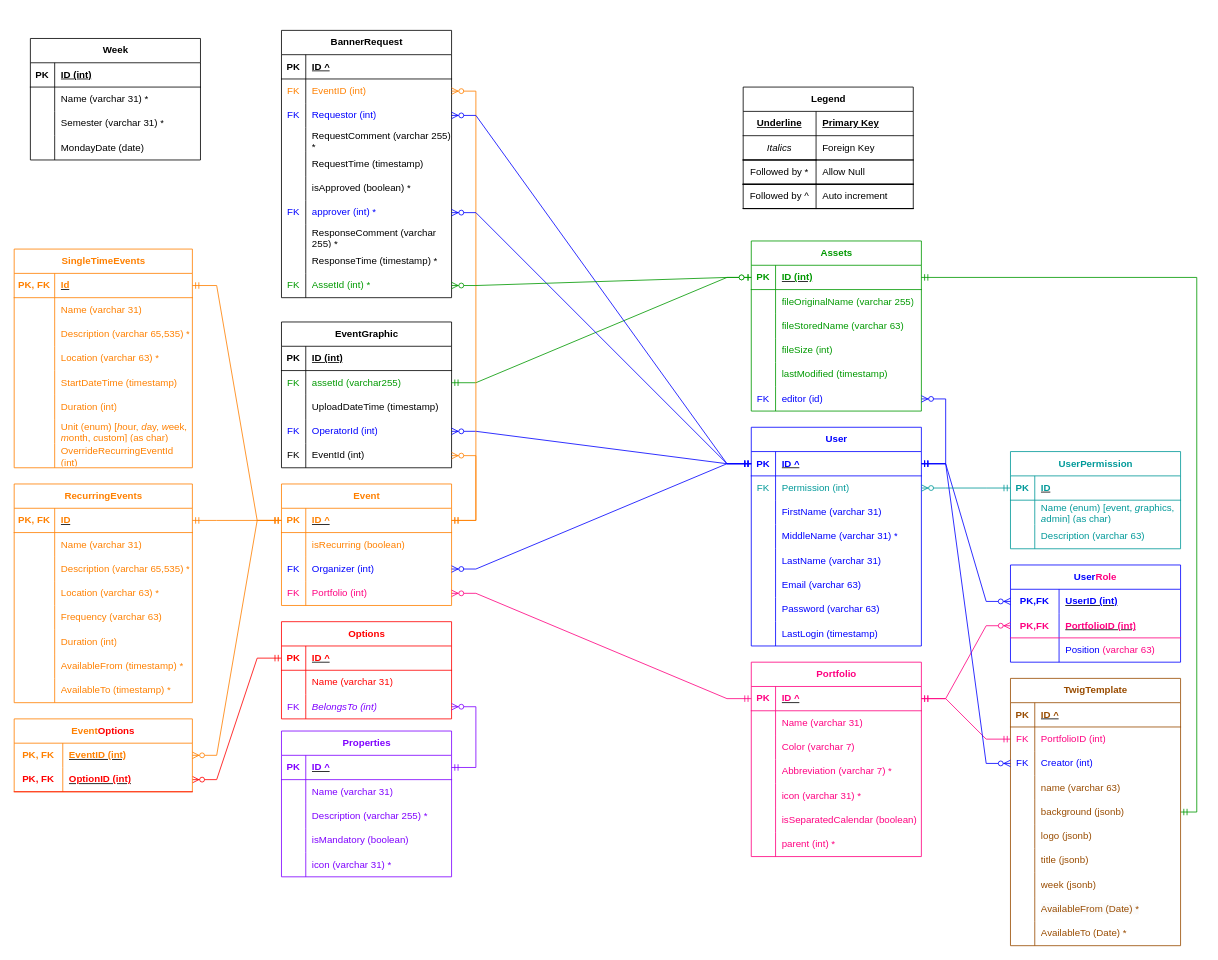
Above: design/eTWIG.ER.drawio in stewebb/eTWIG (draw.io), before the change. Source tidied: cells renumbered, new cells numbered last; positions are measured from the earlier drawing's top-left corner, leaving out a move shared by most shapes. Both pictures are drawn from the tidied source at 81%, with x=0, y=0 at pixel (14, 30).
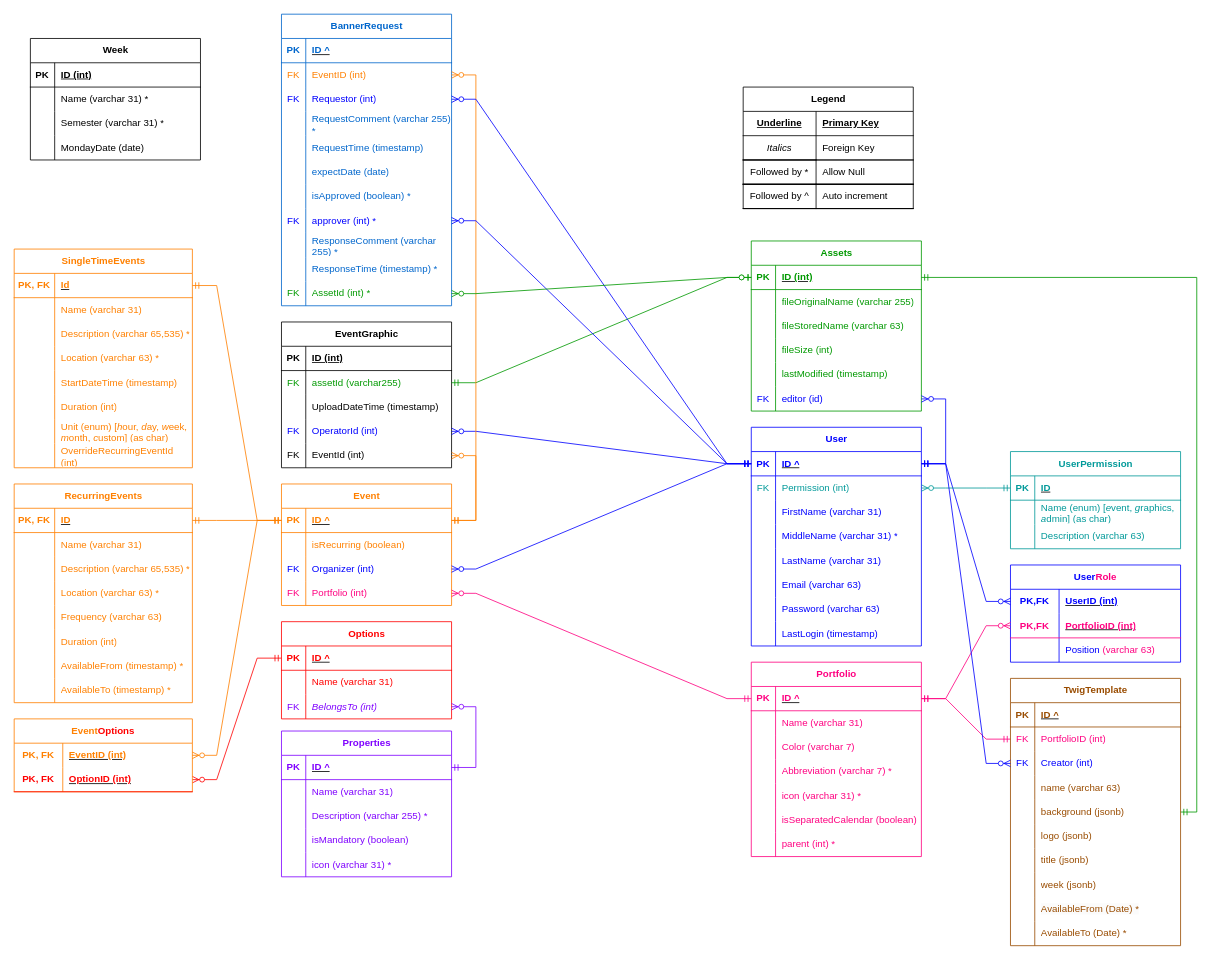
Above is the later version.

The change refers to these unchanged cells:
```xml
<mxCell id="284" style="shape=tableRow;horizontal=0;startSize=0;swimlaneHead=0;swimlaneBody=0;fillColor=none;top=0;left=0;right=0;bottom=0;" parent="274" vertex="1">
  <mxGeometry y="120" width="210" height="30" as="geometry" />
</mxCell>
<mxCell id="287" style="shape=tableRow;horizontal=0;startSize=0;swimlaneHead=0;swimlaneBody=0;fillColor=none;top=0;left=0;right=0;bottom=0;" parent="274" vertex="1">
  <mxGeometry y="150" width="210" height="30" as="geometry" />
</mxCell>
```

Change to the diagram source:
```diff
@@
-    <mxCell id="274" value="BannerRequest" style="shape=table;startSize=30;childLayout=tableLayout;rowLines=0;fontStyle=1;align=center;html=1;" parent="1" vertex="1">
-      <mxGeometry x="330" width="210" height="330" as="geometry" />
+    <mxCell id="274" value="&lt;font color=&quot;#0066cc&quot;&gt;BannerRequest&lt;/font&gt;" style="shape=table;startSize=30;childLayout=tableLayout;rowLines=0;fontStyle=1;align=center;html=1;strokeColor=#0066CC;" parent="1" vertex="1">
+      <mxGeometry x="330" y="-20" width="210" height="360" as="geometry" />
     </mxCell>
-    <mxCell id="275" style="shape=tableRow;horizontal=0;startSize=0;swimlaneHead=0;swimlaneBody=0;fillColor=none;top=0;left=0;right=0;bottom=1;" parent="274" vertex="1">
+    <mxCell id="275" style="shape=tableRow;horizontal=0;startSize=0;swimlaneHead=0;swimlaneBody=0;fillColor=none;top=0;left=0;right=0;bottom=1;strokeColor=#0066CC;" parent="274" vertex="1">
       <mxGeometry y="30" width="210" height="30" as="geometry" />
     </mxCell>
-    <mxCell id="276" value="PK" style="shape=partialRectangle;fillColor=none;top=0;left=0;bottom=0;right=0;fontStyle=1;overflow=hidden;whiteSpace=wrap;html=1;" parent="275" vertex="1">
+    <mxCell id="276" value="&lt;font color=&quot;#0066cc&quot;&gt;PK&lt;/font&gt;" style="shape=partialRectangle;fillColor=none;top=0;left=0;bottom=0;right=0;fontStyle=1;overflow=hidden;whiteSpace=wrap;html=1;" parent="275" vertex="1">
       <mxGeometry width="30" height="30" as="geometry" />
     </mxCell>
-    <mxCell id="277" value="ID ^" style="shape=partialRectangle;fillColor=none;top=0;left=0;bottom=0;right=0;align=left;spacingLeft=6;fontStyle=5;overflow=hidden;whiteSpace=wrap;html=1;" parent="275" vertex="1">
+    <mxCell id="277" value="&lt;font color=&quot;#0066cc&quot;&gt;ID ^&lt;/font&gt;" style="shape=partialRectangle;fillColor=none;top=0;left=0;bottom=0;right=0;align=left;spacingLeft=6;fontStyle=5;overflow=hidden;whiteSpace=wrap;html=1;" parent="275" vertex="1">
       <mxGeometry x="30" width="180" height="30" as="geometry" />
     </mxCell>
@@
-    <mxCell id="286" value="RequestComment (varchar 255) *" style="shape=partialRectangle;fillColor=none;top=0;left=0;bottom=0;right=0;align=left;spacingLeft=6;overflow=hidden;whiteSpace=wrap;html=1;" parent="284" vertex="1">
+    <mxCell id="286" value="&lt;font color=&quot;#0066cc&quot;&gt;RequestComment (varchar 255) *&lt;/font&gt;" style="shape=partialRectangle;fillColor=none;top=0;left=0;bottom=0;right=0;align=left;spacingLeft=6;overflow=hidden;whiteSpace=wrap;html=1;" parent="284" vertex="1">
       <mxGeometry x="30" width="180" height="30" as="geometry" />
     </mxCell>
@@
-    <mxCell id="289" value="RequestTime (timestamp)" style="shape=partialRectangle;fillColor=none;top=0;left=0;bottom=0;right=0;align=left;spacingLeft=6;overflow=hidden;whiteSpace=wrap;html=1;" parent="287" vertex="1">
+    <mxCell id="289" value="&lt;font color=&quot;#0066cc&quot;&gt;RequestTime (timestamp)&lt;/font&gt;" style="shape=partialRectangle;fillColor=none;top=0;left=0;bottom=0;right=0;align=left;spacingLeft=6;overflow=hidden;whiteSpace=wrap;html=1;" parent="287" vertex="1">
       <mxGeometry x="30" width="180" height="30" as="geometry" />
     </mxCell>
+    <mxCell id="309" style="shape=tableRow;horizontal=0;startSize=0;swimlaneHead=0;swimlaneBody=0;fillColor=none;top=0;left=0;right=0;bottom=0;" parent="274" vertex="1">
+      <mxGeometry y="180" width="210" height="30" as="geometry" />
+    </mxCell>
+    <mxCell id="310" style="shape=partialRectangle;fillColor=none;top=0;left=0;bottom=0;right=0;overflow=hidden;whiteSpace=wrap;html=1;" parent="309" vertex="1">
+      <mxGeometry width="30" height="30" as="geometry" />
+    </mxCell>
+    <mxCell id="311" value="&lt;font color=&quot;#0066cc&quot;&gt;expectDate (date)&lt;/font&gt;" style="shape=partialRectangle;fillColor=none;top=0;left=0;bottom=0;right=0;align=left;spacingLeft=6;overflow=hidden;whiteSpace=wrap;html=1;" parent="309" vertex="1">
+      <mxGeometry x="30" width="180" height="30" as="geometry" />
+    </mxCell>
     <mxCell id="290" style="shape=tableRow;horizontal=0;startSize=0;swimlaneHead=0;swimlaneBody=0;fillColor=none;top=0;left=0;right=0;bottom=0;" parent="274" vertex="1">
-      <mxGeometry y="180" width="210" height="30" as="geometry" />
+      <mxGeometry y="210" width="210" height="30" as="geometry" />
     </mxCell>
@@
-    <mxCell id="292" value="isApproved (boolean) *" style="shape=partialRectangle;fillColor=none;top=0;left=0;bottom=0;right=0;align=left;spacingLeft=6;overflow=hidden;whiteSpace=wrap;html=1;" parent="290" vertex="1">
+    <mxCell id="292" value="&lt;font color=&quot;#0066cc&quot;&gt;isApproved (boolean) *&lt;/font&gt;" style="shape=partialRectangle;fillColor=none;top=0;left=0;bottom=0;right=0;align=left;spacingLeft=6;overflow=hidden;whiteSpace=wrap;html=1;" parent="290" vertex="1">
       <mxGeometry x="30" width="180" height="30" as="geometry" />
     </mxCell>
     <mxCell id="293" style="shape=tableRow;horizontal=0;startSize=0;swimlaneHead=0;swimlaneBody=0;fillColor=none;points=[[0,0.5],[1,0.5]];portConstraint=eastwest;top=0;left=0;right=0;bottom=0;" parent="274" vertex="1">
-      <mxGeometry y="210" width="210" height="30" as="geometry" />
+      <mxGeometry y="240" width="210" height="30" as="geometry" />
     </mxCell>
@@
     <mxCell id="296" style="shape=tableRow;horizontal=0;startSize=0;swimlaneHead=0;swimlaneBody=0;fillColor=none;top=0;left=0;right=0;bottom=0;" parent="274" vertex="1">
-      <mxGeometry y="240" width="210" height="30" as="geometry" />
+      <mxGeometry y="270" width="210" height="30" as="geometry" />
     </mxCell>
@@
-    <mxCell id="298" value="ResponseComment (varchar 255) *" style="shape=partialRectangle;fillColor=none;top=0;left=0;bottom=0;right=0;align=left;spacingLeft=6;overflow=hidden;whiteSpace=wrap;html=1;" parent="296" vertex="1">
+    <mxCell id="298" value="&lt;font color=&quot;#0066cc&quot;&gt;ResponseComment (varchar 255) *&lt;/font&gt;" style="shape=partialRectangle;fillColor=none;top=0;left=0;bottom=0;right=0;align=left;spacingLeft=6;overflow=hidden;whiteSpace=wrap;html=1;" parent="296" vertex="1">
       <mxGeometry x="30" width="180" height="30" as="geometry" />
     </mxCell>
     <mxCell id="299" style="shape=tableRow;horizontal=0;startSize=0;swimlaneHead=0;swimlaneBody=0;fillColor=none;top=0;left=0;right=0;bottom=0;" parent="274" vertex="1">
-      <mxGeometry y="270" width="210" height="30" as="geometry" />
+      <mxGeometry y="300" width="210" height="30" as="geometry" />
     </mxCell>
@@
-    <mxCell id="301" value="ResponseTime (timestamp) *" style="shape=partialRectangle;fillColor=none;top=0;left=0;bottom=0;right=0;align=left;spacingLeft=6;overflow=hidden;whiteSpace=wrap;html=1;" parent="299" vertex="1">
+    <mxCell id="301" value="&lt;font color=&quot;#0066cc&quot;&gt;ResponseTime (timestamp) *&lt;/font&gt;" style="shape=partialRectangle;fillColor=none;top=0;left=0;bottom=0;right=0;align=left;spacingLeft=6;overflow=hidden;whiteSpace=wrap;html=1;" parent="299" vertex="1">
       <mxGeometry x="30" width="180" height="30" as="geometry" />
     </mxCell>
     <mxCell id="302" style="shape=tableRow;horizontal=0;startSize=0;swimlaneHead=0;swimlaneBody=0;fillColor=none;points=[[0,0.5],[1,0.5]];portConstraint=eastwest;top=0;left=0;right=0;bottom=0;" parent="274" vertex="1">
-      <mxGeometry y="300" width="210" height="30" as="geometry" />
+      <mxGeometry y="330" width="210" height="30" as="geometry" />
     </mxCell>
```
